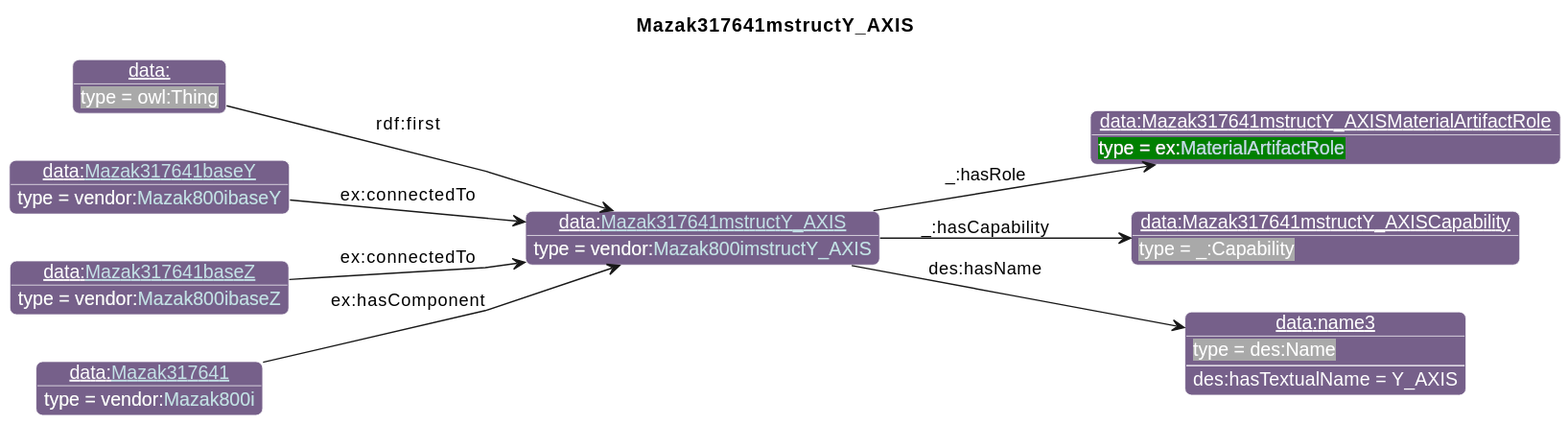
Above: diagrams/Mazak317641mstructY_AXIS.svg in iofoundry/example-syseng-mtconnect (PlantUML), before the change.
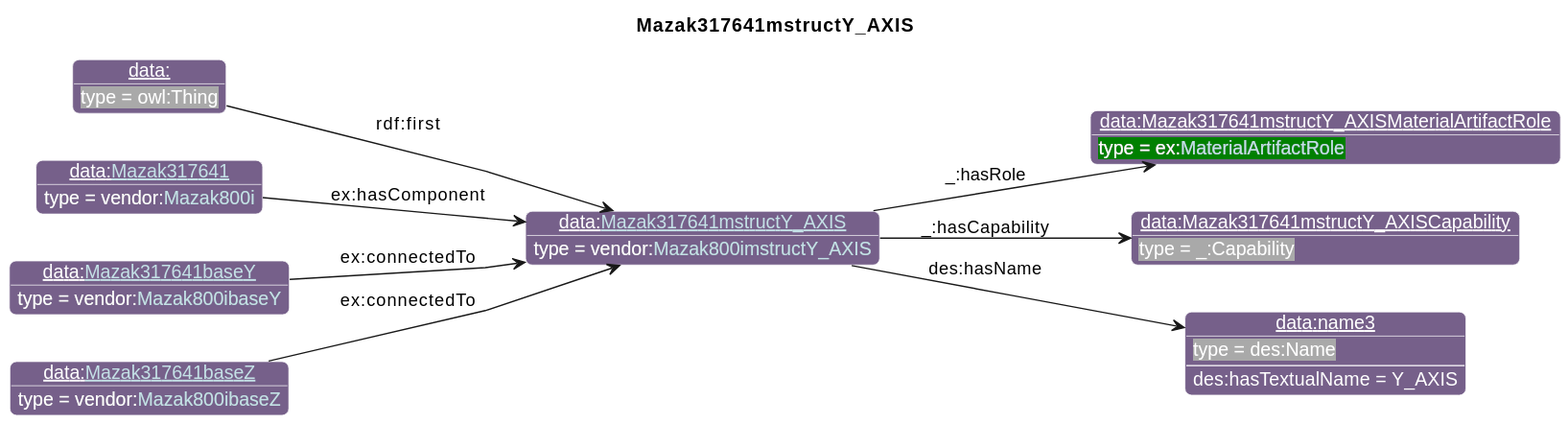
After the change.

Change to the diagram source:
```diff
@@ -30,15 +30,15 @@
 individual(o2, data:Mazak317641mstructY_AXISCapability, _:Capability)
 individual(o3, data:name3, des:Name)
 individual(o4, data:, owl:Thing)
-individual(o5, data:[[./Mazak317641baseY.html Mazak317641baseY]], vendor:[[../Mazak.html#Mazak800ibaseY Mazak800ibaseY]])
-individual(o6, data:[[./Mazak317641baseZ.html Mazak317641baseZ]], vendor:[[../Mazak.html#Mazak800ibaseZ Mazak800ibaseZ]])
-individual(o7, data:[[./Mazak317641.html Mazak317641]], vendor:[[../Mazak.html#Mazak800i Mazak800i]])
+individual(o5, data:[[./Mazak317641.html Mazak317641]], vendor:[[../Mazak.html#Mazak800i Mazak800i]])
+individual(o6, data:[[./Mazak317641baseY.html Mazak317641baseY]], vendor:[[../Mazak.html#Mazak800ibaseY Mazak800ibaseY]])
+individual(o7, data:[[./Mazak317641baseZ.html Mazak317641baseZ]], vendor:[[../Mazak.html#Mazak800ibaseZ Mazak800ibaseZ]])
 property(o0, "_:hasRole", o1)
 property(o0, "_:hasCapability", o2)
 property(o0, "des:hasName", o3)
 data(o3, "des:hasTextualName", "Y_AXIS")
 property(o4, "rdf:first", o0)
-property(o5, "ex:connectedTo", o0)
+property(o5, "ex:hasComponent", o0)
 property(o6, "ex:connectedTo", o0)
-property(o7, "ex:hasComponent", o0)
+property(o7, "ex:connectedTo", o0)
 @enduml
```
